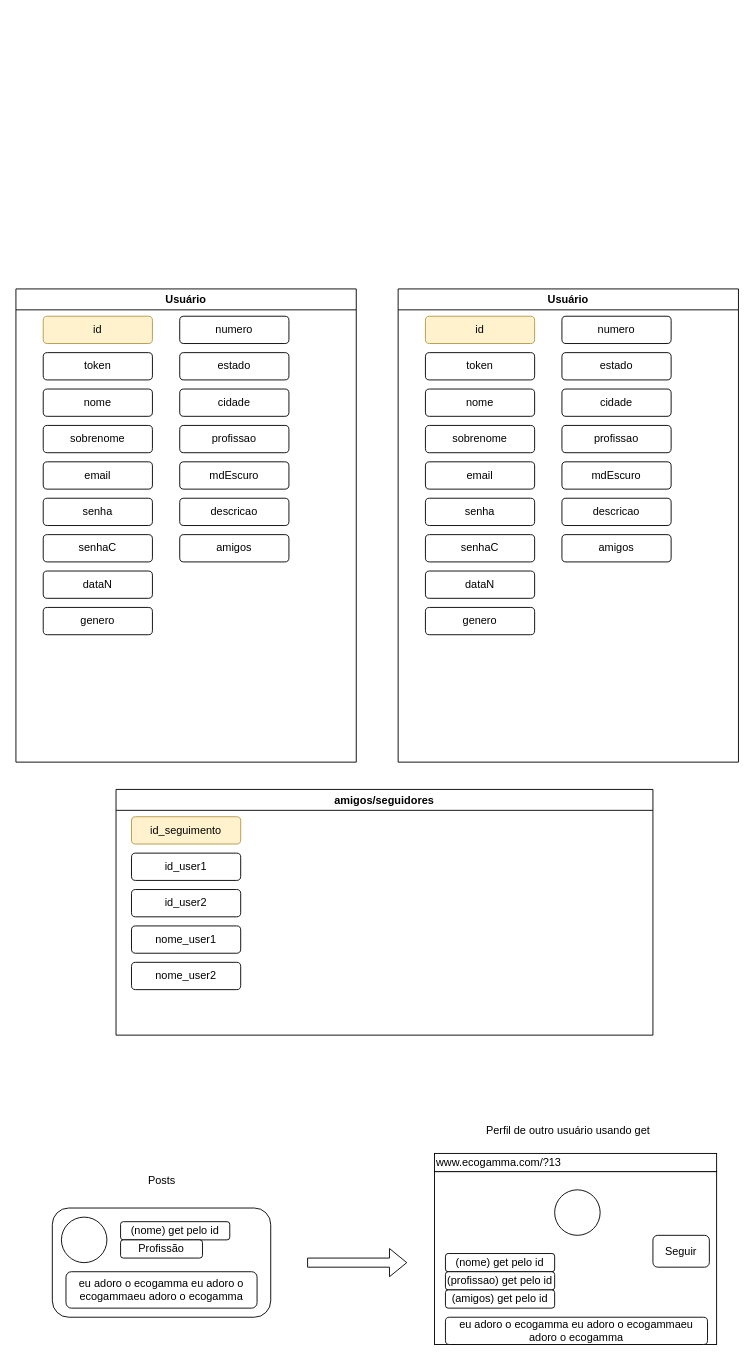
Before: Untitled Diagram.drawio in zululuga/Ecogamma-mapa, a draw.io diagram. Source tidied: cells renumbered, new cells numbered last; positions are measured from the earlier drawing's top-left corner, leaving out a move shared by most shapes. Both pictures are drawn from the tidied source at 91%, with x=0, y=0 at pixel (15, 288).
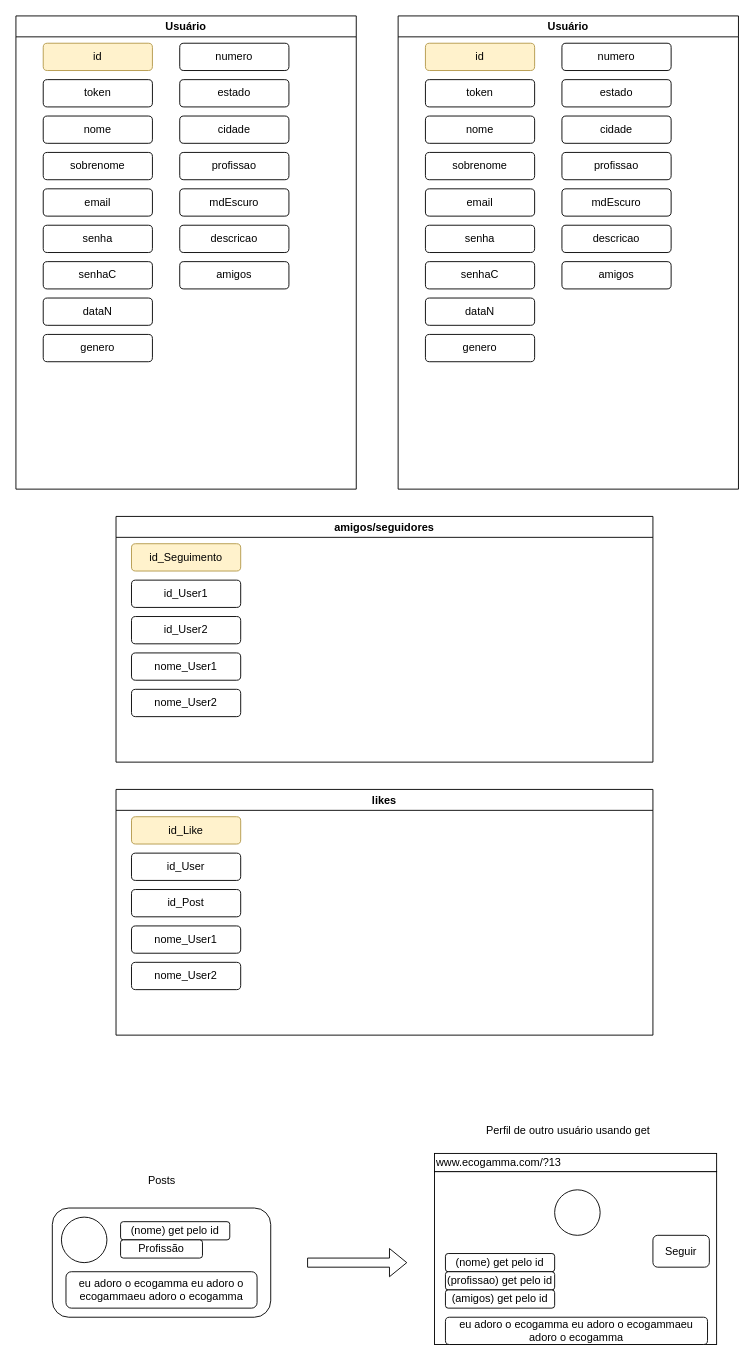
The same page after the edit.

Diff of the diagram source:
```diff
@@
     <mxCell id="3" value="Usuário" style="swimlane;" parent="1" vertex="1">
-      <mxGeometry width="374" height="520" as="geometry" />
+      <mxGeometry y="-300" width="374" height="520" as="geometry" />
     </mxCell>
@@
     <mxCell id="20" value="Usuário" style="swimlane;" parent="1" vertex="1">
-      <mxGeometry x="420" width="374" height="520" as="geometry" />
+      <mxGeometry x="420" y="-300" width="374" height="520" as="geometry" />
     </mxCell>
@@
     <mxCell id="37" value="amigos/seguidores" style="swimlane;strokeColor=#000000;" parent="1" vertex="1">
-      <mxGeometry x="110" y="550" width="590" height="270" as="geometry" />
+      <mxGeometry x="110" y="250" width="590" height="270" as="geometry" />
     </mxCell>
-    <mxCell id="38" value="id_seguimento" style="rounded=1;whiteSpace=wrap;html=1;fillColor=#fff2cc;strokeColor=#B39848;" parent="37" vertex="1">
+    <mxCell id="38" value="id_Seguimento" style="rounded=1;whiteSpace=wrap;html=1;fillColor=#fff2cc;strokeColor=#B39848;" parent="37" vertex="1">
       <mxGeometry x="17" y="30" width="120" height="30" as="geometry" />
     </mxCell>
-    <mxCell id="39" value="id_user1" style="rounded=1;whiteSpace=wrap;html=1;" parent="37" vertex="1">
+    <mxCell id="39" value="id_User1" style="rounded=1;whiteSpace=wrap;html=1;" parent="37" vertex="1">
       <mxGeometry x="17" y="70" width="120" height="30" as="geometry" />
     </mxCell>
-    <mxCell id="40" value="id_user2" style="rounded=1;whiteSpace=wrap;html=1;" parent="37" vertex="1">
+    <mxCell id="40" value="id_User2" style="rounded=1;whiteSpace=wrap;html=1;" parent="37" vertex="1">
       <mxGeometry x="17" y="110" width="120" height="30" as="geometry" />
     </mxCell>
-    <mxCell id="41" value="nome_user1" style="rounded=1;whiteSpace=wrap;html=1;" parent="37" vertex="1">
+    <mxCell id="41" value="nome_User1" style="rounded=1;whiteSpace=wrap;html=1;" parent="37" vertex="1">
       <mxGeometry x="17" y="150" width="120" height="30" as="geometry" />
     </mxCell>
-    <mxCell id="42" value="nome_user2" style="rounded=1;whiteSpace=wrap;html=1;" parent="37" vertex="1">
+    <mxCell id="42" value="nome_User2" style="rounded=1;whiteSpace=wrap;html=1;" parent="37" vertex="1">
       <mxGeometry x="17" y="190" width="120" height="30" as="geometry" />
     </mxCell>
@@
+    <mxCell id="58" value="likes" style="swimlane;strokeColor=#000000;" parent="1" vertex="1">
+      <mxGeometry x="110" y="550" width="590" height="270" as="geometry" />
+    </mxCell>
+    <mxCell id="59" value="id_Like" style="rounded=1;whiteSpace=wrap;html=1;fillColor=#fff2cc;strokeColor=#B39848;" parent="58" vertex="1">
+      <mxGeometry x="17" y="30" width="120" height="30" as="geometry" />
+    </mxCell>
+    <mxCell id="60" value="id_User" style="rounded=1;whiteSpace=wrap;html=1;" parent="58" vertex="1">
+      <mxGeometry x="17" y="70" width="120" height="30" as="geometry" />
+    </mxCell>
+    <mxCell id="61" value="id_Post" style="rounded=1;whiteSpace=wrap;html=1;" parent="58" vertex="1">
+      <mxGeometry x="17" y="110" width="120" height="30" as="geometry" />
+    </mxCell>
+    <mxCell id="62" value="nome_User1" style="rounded=1;whiteSpace=wrap;html=1;" parent="58" vertex="1">
+      <mxGeometry x="17" y="150" width="120" height="30" as="geometry" />
+    </mxCell>
+    <mxCell id="63" value="nome_User2" style="rounded=1;whiteSpace=wrap;html=1;" parent="58" vertex="1">
+      <mxGeometry x="17" y="190" width="120" height="30" as="geometry" />
+    </mxCell>
```
